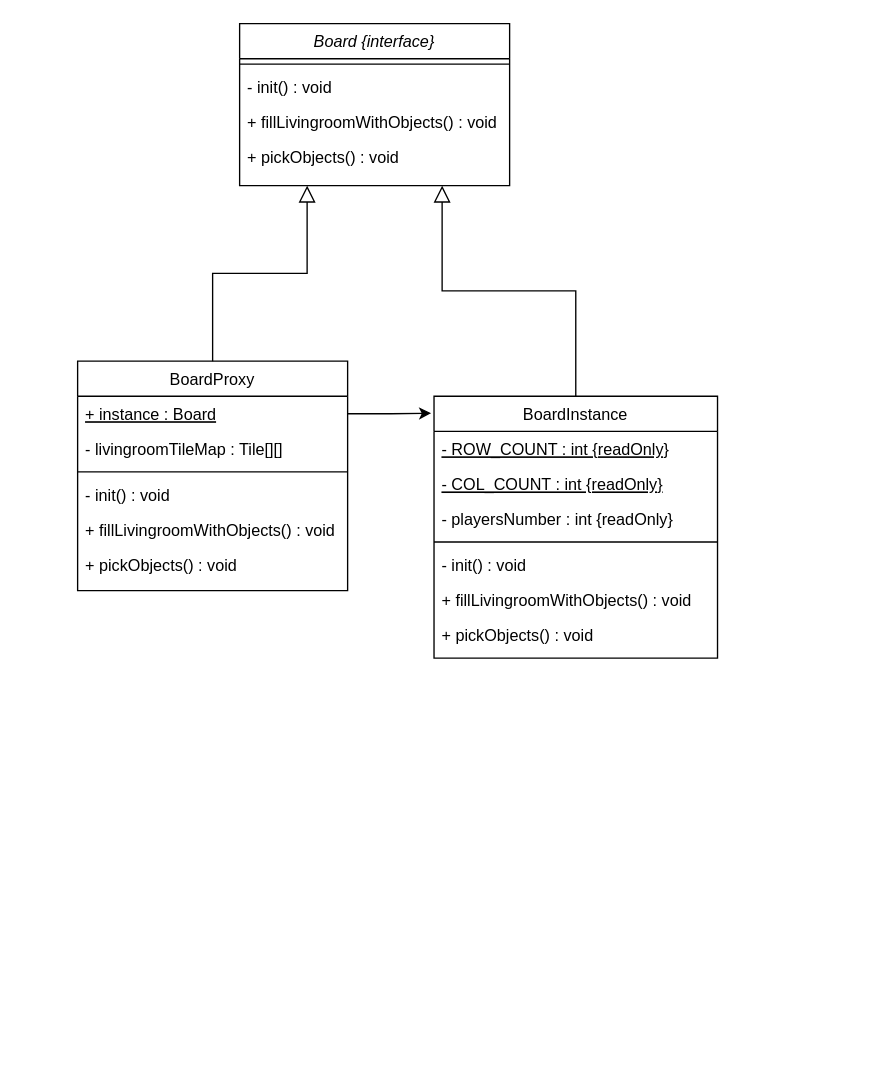
The draw.io diagram UML/board_proxy.drawio in petri2212/Group_28, before the edit. Source tidied: cells renumbered, new cells numbered last; positions are measured from the earlier drawing's top-left corner, leaving out a move shared by most shapes. Both pictures are drawn from the tidied source at 135%, with x=0, y=0 at pixel (77, 23).
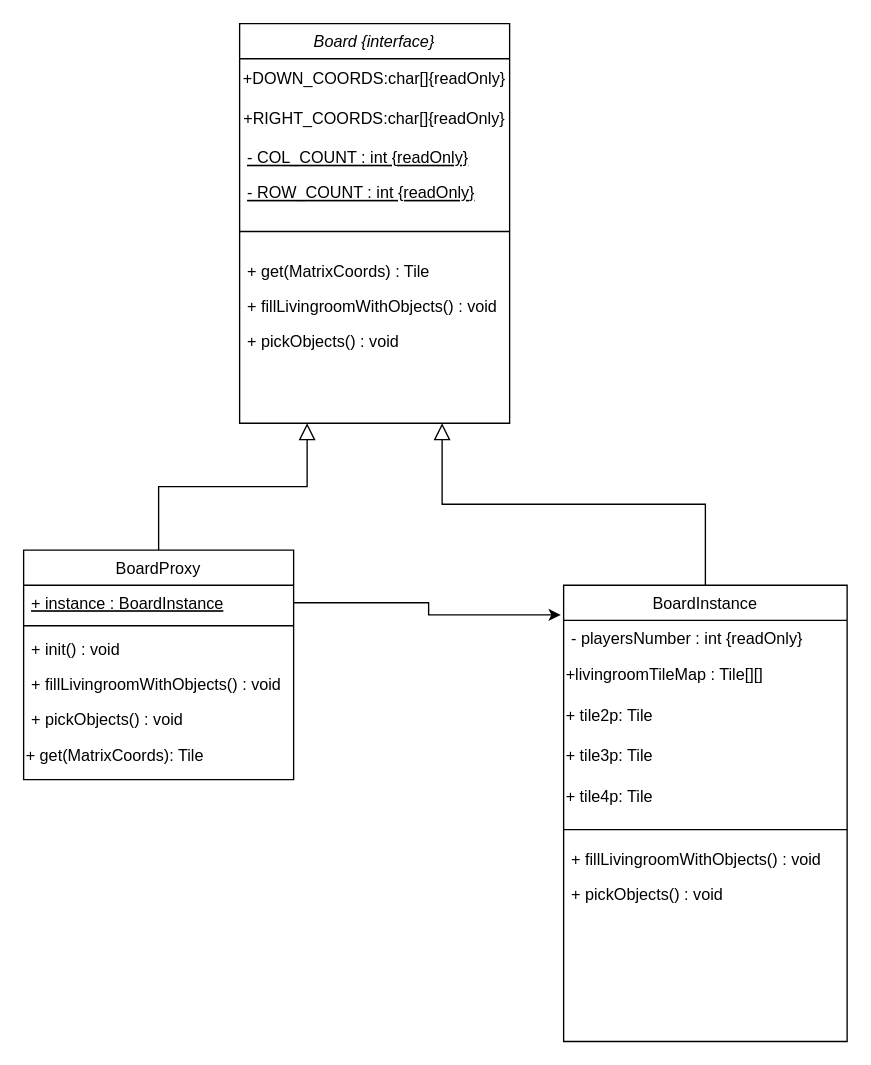
After the change.

The edit, as a diff of the source:
```diff
@@
     <mxCell id="2" value="Board {interface}" style="swimlane;fontStyle=2;align=center;verticalAlign=top;horizontal=1;startSize=26;rounded=0;shadow=0;strokeWidth=1;" parent="1" vertex="1">
-      <mxGeometry x="120" width="200" height="120" as="geometry" />
+      <mxGeometry x="120" width="200" height="296" as="geometry" />
     </mxCell>
+    <mxCell id="25" value="+DOWN_COORDS:char[]{readOnly}" style="text;html=1;strokeColor=none;fillColor=none;align=center;verticalAlign=middle;whiteSpace=wrap;rounded=0;" parent="2" vertex="1">
+      <mxGeometry y="26" width="200" height="30" as="geometry" />
+    </mxCell>
+    <mxCell id="26" value="+RIGHT_COORDS:char[]{readOnly}" style="text;html=1;strokeColor=none;fillColor=none;align=center;verticalAlign=middle;whiteSpace=wrap;rounded=0;" parent="2" vertex="1">
+      <mxGeometry y="56" width="200" height="30" as="geometry" />
+    </mxCell>
+    <mxCell id="17" value="- COL_COUNT : int {readOnly}" style="text;align=left;verticalAlign=top;spacingLeft=4;spacingRight=4;overflow=hidden;rounded=0;shadow=0;html=0;fontStyle=4;" parent="2" vertex="1">
+      <mxGeometry y="86" width="200" height="26" as="geometry" />
+    </mxCell>
+    <mxCell id="16" value="- ROW_COUNT : int {readOnly}" style="text;align=left;verticalAlign=top;spacingLeft=4;spacingRight=4;overflow=hidden;fontStyle=4;" parent="2" vertex="1">
+      <mxGeometry y="112" width="200" height="26" as="geometry" />
+    </mxCell>
     <mxCell id="3" style="line;html=1;strokeWidth=1;align=left;verticalAlign=middle;spacingTop=-1;spacingLeft=3;spacingRight=3;labelPosition=right;" parent="2" vertex="1">
-      <mxGeometry y="26" width="200" height="8" as="geometry" />
+      <mxGeometry y="138" width="200" height="32" as="geometry" />
     </mxCell>
-    <mxCell id="4" value="- init() : void" style="text;align=left;verticalAlign=top;spacingLeft=4;spacingRight=4;overflow=hidden;" parent="2" vertex="1">
-      <mxGeometry y="34" width="200" height="26" as="geometry" />
+    <mxCell id="4" value="+ get(MatrixCoords) : Tile" style="text;align=left;verticalAlign=top;spacingLeft=4;spacingRight=4;overflow=hidden;" parent="2" vertex="1">
+      <mxGeometry y="170" width="200" height="26" as="geometry" />
     </mxCell>
     <mxCell id="5" value="+ fillLivingroomWithObjects() : void" style="text;align=left;verticalAlign=top;spacingLeft=4;spacingRight=4;overflow=hidden;" parent="2" vertex="1">
-      <mxGeometry y="60" width="200" height="26" as="geometry" />
+      <mxGeometry y="196" width="200" height="26" as="geometry" />
     </mxCell>
     <mxCell id="6" value="+ pickObjects() : void" style="text;align=left;verticalAlign=top;spacingLeft=4;spacingRight=4;overflow=hidden;" parent="2" vertex="1">
-      <mxGeometry y="86" width="200" height="26" as="geometry" />
+      <mxGeometry y="222" width="200" height="26" as="geometry" />
     </mxCell>
     <mxCell id="7" value="BoardProxy" style="swimlane;fontStyle=0;align=center;verticalAlign=top;horizontal=1;startSize=26;rounded=0;shadow=0;strokeWidth=1;" parent="1" vertex="1">
-      <mxGeometry y="250" width="200" height="170" as="geometry" />
+      <mxGeometry x="-40" y="390" width="200" height="170" as="geometry" />
     </mxCell>
-    <mxCell id="8" value="+ instance : Board" style="text;align=left;verticalAlign=top;spacingLeft=4;spacingRight=4;overflow=hidden;points=[[0,0.5],[1,0.5]];portConstraint=eastwest;fontStyle=4;" parent="7" vertex="1">
+    <mxCell id="8" value="+ instance : BoardInstance" style="text;align=left;verticalAlign=top;spacingLeft=4;spacingRight=4;overflow=hidden;points=[[0,0.5],[1,0.5]];portConstraint=eastwest;fontStyle=4;" parent="7" vertex="1">
       <mxGeometry y="26" width="200" height="26" as="geometry" />
     </mxCell>
-    <mxCell id="9" value="- livingroomTileMap : Tile[][]" style="text;align=left;verticalAlign=top;spacingLeft=4;spacingRight=4;overflow=hidden;fontStyle=0;" parent="7" vertex="1">
-      <mxGeometry y="52" width="200" height="26" as="geometry" />
-    </mxCell>
     <mxCell id="10" style="line;html=1;strokeWidth=1;align=left;verticalAlign=middle;spacingTop=-1;spacingLeft=3;spacingRight=3;labelPosition=right;" parent="7" vertex="1">
-      <mxGeometry y="78" width="200" height="8" as="geometry" />
+      <mxGeometry y="52" width="200" height="8" as="geometry" />
     </mxCell>
-    <mxCell id="11" value="- init() : void" style="text;align=left;verticalAlign=top;spacingLeft=4;spacingRight=4;overflow=hidden;" parent="7" vertex="1">
-      <mxGeometry y="86" width="200" height="26" as="geometry" />
+    <mxCell id="11" value="+ init() : void" style="text;align=left;verticalAlign=top;spacingLeft=4;spacingRight=4;overflow=hidden;" parent="7" vertex="1">
+      <mxGeometry y="60" width="200" height="26" as="geometry" />
     </mxCell>
     <mxCell id="12" value="+ fillLivingroomWithObjects() : void" style="text;align=left;verticalAlign=top;spacingLeft=4;spacingRight=4;overflow=hidden;" parent="7" vertex="1">
-      <mxGeometry y="112" width="200" height="26" as="geometry" />
+      <mxGeometry y="86" width="200" height="26" as="geometry" />
     </mxCell>
     <mxCell id="13" value="+ pickObjects() : void" style="text;align=left;verticalAlign=top;spacingLeft=4;spacingRight=4;overflow=hidden;" parent="7" vertex="1">
-      <mxGeometry y="138" width="200" height="26" as="geometry" />
+      <mxGeometry y="112" width="200" height="26" as="geometry" />
     </mxCell>
+    <mxCell id="27" value="+ get(MatrixCoords): Tile" style="text;html=1;align=left;verticalAlign=middle;strokeColor=none;fillColor=none;" parent="7" vertex="1">
+      <mxGeometry y="138" width="200" height="30" as="geometry" />
+    </mxCell>
@@
     <mxCell id="15" value="BoardInstance" style="swimlane;fontStyle=0;align=center;verticalAlign=top;horizontal=1;startSize=26;rounded=0;shadow=0;strokeWidth=1;" parent="1" vertex="1">
-      <mxGeometry x="264" y="276" width="210" height="194" as="geometry" />
+      <mxGeometry x="360" y="416" width="210" height="338" as="geometry" />
     </mxCell>
-    <mxCell id="16" value="- ROW_COUNT : int {readOnly}" style="text;align=left;verticalAlign=top;spacingLeft=4;spacingRight=4;overflow=hidden;fontStyle=4;" parent="15" vertex="1">
-      <mxGeometry y="26" width="210" height="26" as="geometry" />
-    </mxCell>
-    <mxCell id="17" value="- COL_COUNT : int {readOnly}" style="text;align=left;verticalAlign=top;spacingLeft=4;spacingRight=4;overflow=hidden;rounded=0;shadow=0;html=0;fontStyle=4;" parent="15" vertex="1">
-      <mxGeometry y="52" width="210" height="26" as="geometry" />
-    </mxCell>
-    <mxCell id="18" value="- playersNumber : int {readOnly}" style="text;align=left;verticalAlign=top;spacingLeft=4;spacingRight=4;overflow=hidden;rounded=0;shadow=0;html=0;" parent="15" vertex="1">
-      <mxGeometry y="78" width="210" height="26" as="geometry" />
+    <mxCell id="18" value="- playersNumber : int {readOnly}&#10;&#10;" style="text;align=left;verticalAlign=top;spacingLeft=4;spacingRight=4;overflow=hidden;rounded=0;shadow=0;html=0;" parent="15" vertex="1">
+      <mxGeometry y="26" width="210" height="26" as="geometry" />
     </mxCell>
+    <mxCell id="28" value="+livingroomTileMap : Tile[][]" style="text;html=1;strokeColor=none;fillColor=none;align=left;verticalAlign=middle;whiteSpace=wrap;rounded=0;" parent="15" vertex="1">
+      <mxGeometry y="52" width="210" height="30" as="geometry" />
+    </mxCell>
+    <mxCell id="29" value="+ tile2p: Tile" style="text;html=1;strokeColor=none;fillColor=none;align=left;verticalAlign=middle;whiteSpace=wrap;rounded=0;" parent="15" vertex="1">
+      <mxGeometry y="82" width="210" height="30" as="geometry" />
+    </mxCell>
+    <mxCell id="30" value="+ tile3p: Tile" style="text;html=1;strokeColor=none;fillColor=none;align=left;verticalAlign=middle;whiteSpace=wrap;rounded=0;" parent="15" vertex="1">
+      <mxGeometry y="112" width="210" height="30" as="geometry" />
+    </mxCell>
+    <mxCell id="31" value="+ tile4p: Tile" style="text;html=1;strokeColor=none;fillColor=none;align=left;verticalAlign=middle;whiteSpace=wrap;rounded=0;" parent="15" vertex="1">
+      <mxGeometry y="142" width="210" height="30" as="geometry" />
+    </mxCell>
     <mxCell id="19" style="line;html=1;strokeWidth=1;align=left;verticalAlign=middle;spacingTop=-1;spacingLeft=3;spacingRight=3;labelPosition=right;" parent="15" vertex="1">
-      <mxGeometry y="104" width="210" height="8" as="geometry" />
+      <mxGeometry y="172" width="210" height="18" as="geometry" />
     </mxCell>
-    <mxCell id="20" value="- init() : void" style="text;align=left;verticalAlign=top;spacingLeft=4;spacingRight=4;overflow=hidden;" parent="15" vertex="1">
-      <mxGeometry y="112" width="210" height="26" as="geometry" />
-    </mxCell>
     <mxCell id="21" value="+ fillLivingroomWithObjects() : void" style="text;align=left;verticalAlign=top;spacingLeft=4;spacingRight=4;overflow=hidden;" parent="15" vertex="1">
-      <mxGeometry y="138" width="210" height="26" as="geometry" />
+      <mxGeometry y="190" width="210" height="26" as="geometry" />
     </mxCell>
     <mxCell id="22" value="+ pickObjects() : void" style="text;align=left;verticalAlign=top;spacingLeft=4;spacingRight=4;overflow=hidden;" parent="15" vertex="1">
-      <mxGeometry y="164" width="210" height="26" as="geometry" />
+      <mxGeometry y="216" width="210" height="26" as="geometry" />
     </mxCell>
```
